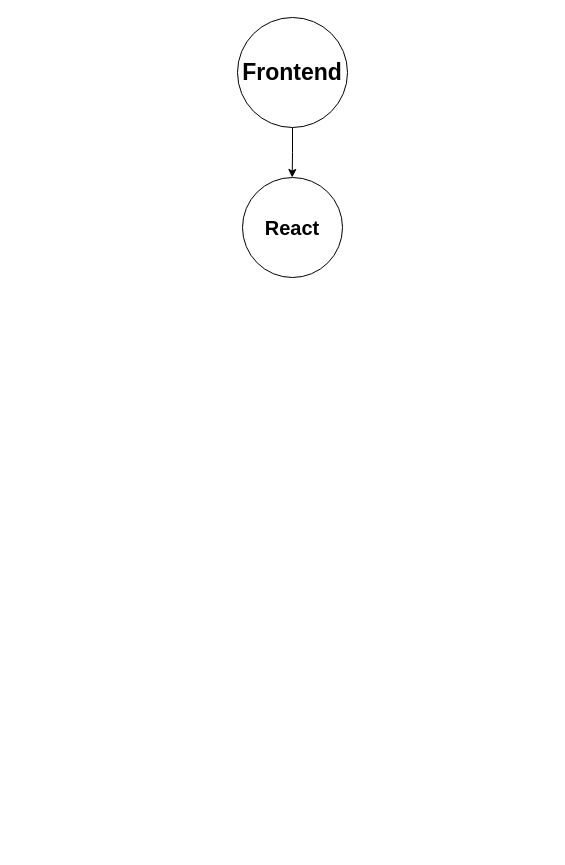
Earlier version of the draw.io diagram todo.drawio (GluconicAcid/DRAWIO). Source tidied: cells renumbered, new cells numbered last; positions are measured from the earlier drawing's top-left corner, leaving out a move shared by most shapes. Both pictures are drawn from the tidied source at 100%, with x=0, y=0 at pixel (237, 17).
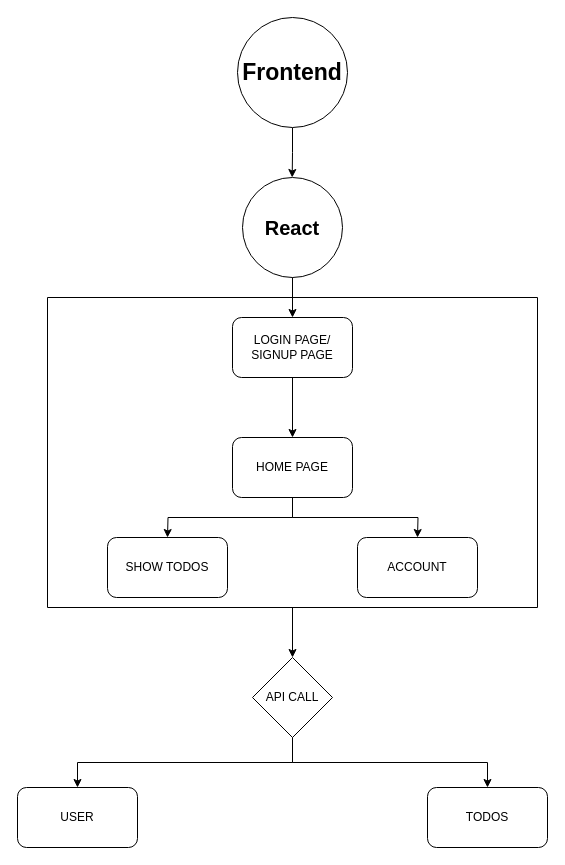
After the change.

Unchanged cells that the change refers to:
```xml
<mxCell id="4" value="&lt;h2 style=&quot;font-size: 20px;&quot;&gt;&lt;font style=&quot;font-size: 20px;&quot;&gt;React&lt;/font&gt;&lt;br&gt;&lt;/h2&gt;" style="ellipse;whiteSpace=wrap;html=1;" parent="1" vertex="1">
  <mxGeometry x="5" y="160" width="100" height="100" as="geometry" />
</mxCell>
```

Change to the diagram source:
```diff
@@
+    <mxCell id="5" style="edgeStyle=orthogonalEdgeStyle;rounded=0;jettySize=auto;html=1;exitX=0.5;exitY=1;exitDx=0;exitDy=0;" parent="1" edge="1" source="18" target="8">
+      <mxGeometry relative="1" as="geometry" />
+    </mxCell>
+    <mxCell id="6" style="edgeStyle=orthogonalEdgeStyle;rounded=0;jettySize=auto;html=1;exitX=0.5;exitY=1;exitDx=0;exitDy=0;" parent="1" edge="1" source="8" target="19">
+      <mxGeometry relative="1" as="geometry" />
+    </mxCell>
+    <mxCell id="7" style="edgeStyle=orthogonalEdgeStyle;rounded=0;jettySize=auto;html=1;exitX=0.5;exitY=1;exitDx=0;exitDy=0;" parent="1" edge="1" source="8" target="20">
+      <mxGeometry relative="1" as="geometry" />
+    </mxCell>
+    <mxCell id="8" value="API CALL" style="rhombus;whiteSpace=wrap;html=1;" parent="1" vertex="1">
+      <mxGeometry x="15" y="640" width="80" height="80" as="geometry" />
+    </mxCell>
+    <mxCell id="9" style="group;" parent="1" vertex="1">
+      <mxGeometry x="-190" y="280" width="490" height="310" as="geometry" />
+    </mxCell>
+    <mxCell id="10" style="edgeStyle=orthogonalEdgeStyle;rounded=0;jettySize=auto;html=1;" parent="9" edge="1" source="4">
+      <mxGeometry relative="1" as="geometry">
+        <mxPoint x="245" y="20" as="targetPoint" />
+      </mxGeometry>
+    </mxCell>
+    <mxCell id="11" style="edgeStyle=orthogonalEdgeStyle;rounded=0;jettySize=auto;html=1;exitX=0.5;exitY=1;exitDx=0;exitDy=0;entryX=0.5;entryY=0;entryDx=0;entryDy=0;" parent="9" edge="1" source="12" target="15">
+      <mxGeometry relative="1" as="geometry" />
+    </mxCell>
+    <mxCell id="12" value="&lt;div&gt;LOGIN PAGE/&lt;/div&gt;&lt;div&gt;SIGNUP PAGE&lt;br&gt;&lt;/div&gt;" style="rounded=1;whiteSpace=wrap;html=1;" parent="9" vertex="1">
+      <mxGeometry x="185" y="20" width="120" height="60" as="geometry" />
+    </mxCell>
+    <mxCell id="13" style="edgeStyle=orthogonalEdgeStyle;rounded=0;jettySize=auto;html=1;exitX=0.5;exitY=1;exitDx=0;exitDy=0;" parent="9" edge="1" source="15">
+      <mxGeometry relative="1" as="geometry">
+        <mxPoint x="120" y="240" as="targetPoint" />
+      </mxGeometry>
+    </mxCell>
+    <mxCell id="14" style="edgeStyle=orthogonalEdgeStyle;rounded=0;jettySize=auto;html=1;exitX=0.5;exitY=1;exitDx=0;exitDy=0;" parent="9" edge="1" source="15">
+      <mxGeometry relative="1" as="geometry">
+        <mxPoint x="370" y="240" as="targetPoint" />
+      </mxGeometry>
+    </mxCell>
+    <mxCell id="15" value="HOME PAGE" style="rounded=1;whiteSpace=wrap;html=1;" parent="9" vertex="1">
+      <mxGeometry x="185" y="140" width="120" height="60" as="geometry" />
+    </mxCell>
+    <mxCell id="16" value="SHOW TODOS" style="rounded=1;whiteSpace=wrap;html=1;" parent="9" vertex="1">
+      <mxGeometry x="60" y="240" width="120" height="60" as="geometry" />
+    </mxCell>
+    <mxCell id="17" value="&lt;div&gt;ACCOUNT&lt;/div&gt;" style="rounded=1;whiteSpace=wrap;html=1;" parent="9" vertex="1">
+      <mxGeometry x="310" y="240" width="120" height="60" as="geometry" />
+    </mxCell>
+    <mxCell id="18" style="swimlane;startSize=0;" parent="9" vertex="1">
+      <mxGeometry width="490" height="310" as="geometry" />
+    </mxCell>
+    <mxCell id="19" value="USER" style="rounded=1;whiteSpace=wrap;html=1;" parent="1" vertex="1">
+      <mxGeometry x="-220" y="770" width="120" height="60" as="geometry" />
+    </mxCell>
+    <mxCell id="20" value="&lt;div&gt;TODOS&lt;/div&gt;" style="rounded=1;whiteSpace=wrap;html=1;" parent="1" vertex="1">
+      <mxGeometry x="190" y="770" width="120" height="60" as="geometry" />
+    </mxCell>
```
